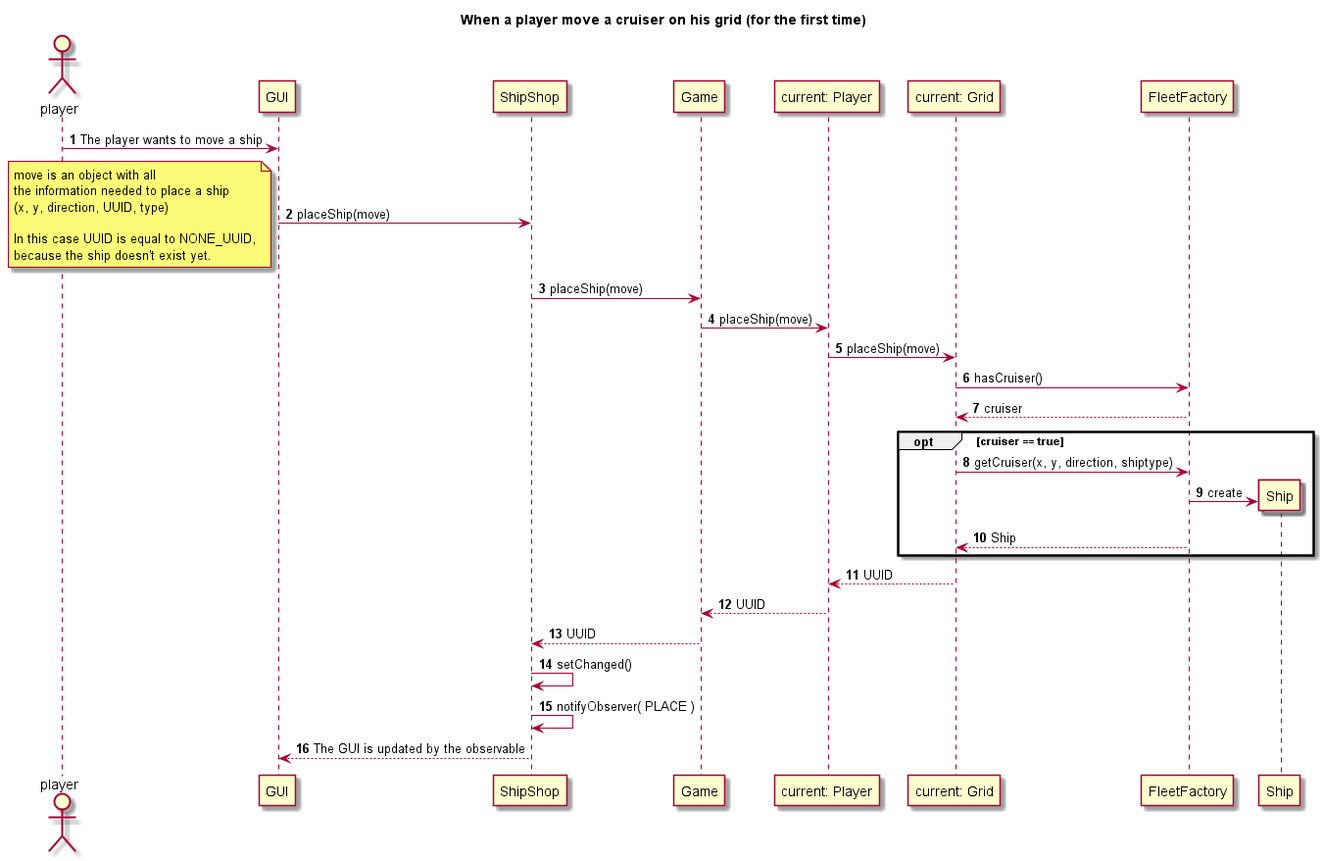
The PlantUML diagram doc/conception/image/sequences/move.png in Reynault/ShipShop, before a commit. The source it was exported from:
```plantuml
@startuml

title When a player move a cruiser on his grid (for the first time)

autonumber
actor player

player -> GUI: The player wants to move a ship

GUI -> ShipShop: placeShip(move)

note left
move is an object with all
the information needed to place a ship
(x, y, direction, UUID, type)

In this case UUID is equal to NONE_UUID,
because the ship doesn't exist yet.
end note

ShipShop -> Game: placeShip(move)

Game -> "current: Player": placeShip(move)

"current: Player" -> "current: Grid": placeShip(move)

"current: Grid" -> FleetFactory: hasCruiser()

FleetFactory --> "current: Grid": cruiser

opt cruiser == true

    "current: Grid" -> FleetFactory: getCruiser(x, y, direction, shiptype)

    create Ship
    FleetFactory -> Ship: create

    FleetFactory --> "current: Grid": Ship


end

"current: Grid" --> "current: Player": UUID

"current: Player" --> Game: UUID

Game --> ShipShop: UUID

ShipShop -> ShipShop: setChanged()

ShipShop -> ShipShop: notifyObserver( PLACE )

ShipShop --> GUI: The GUI is updated by the observable

@enduml
```
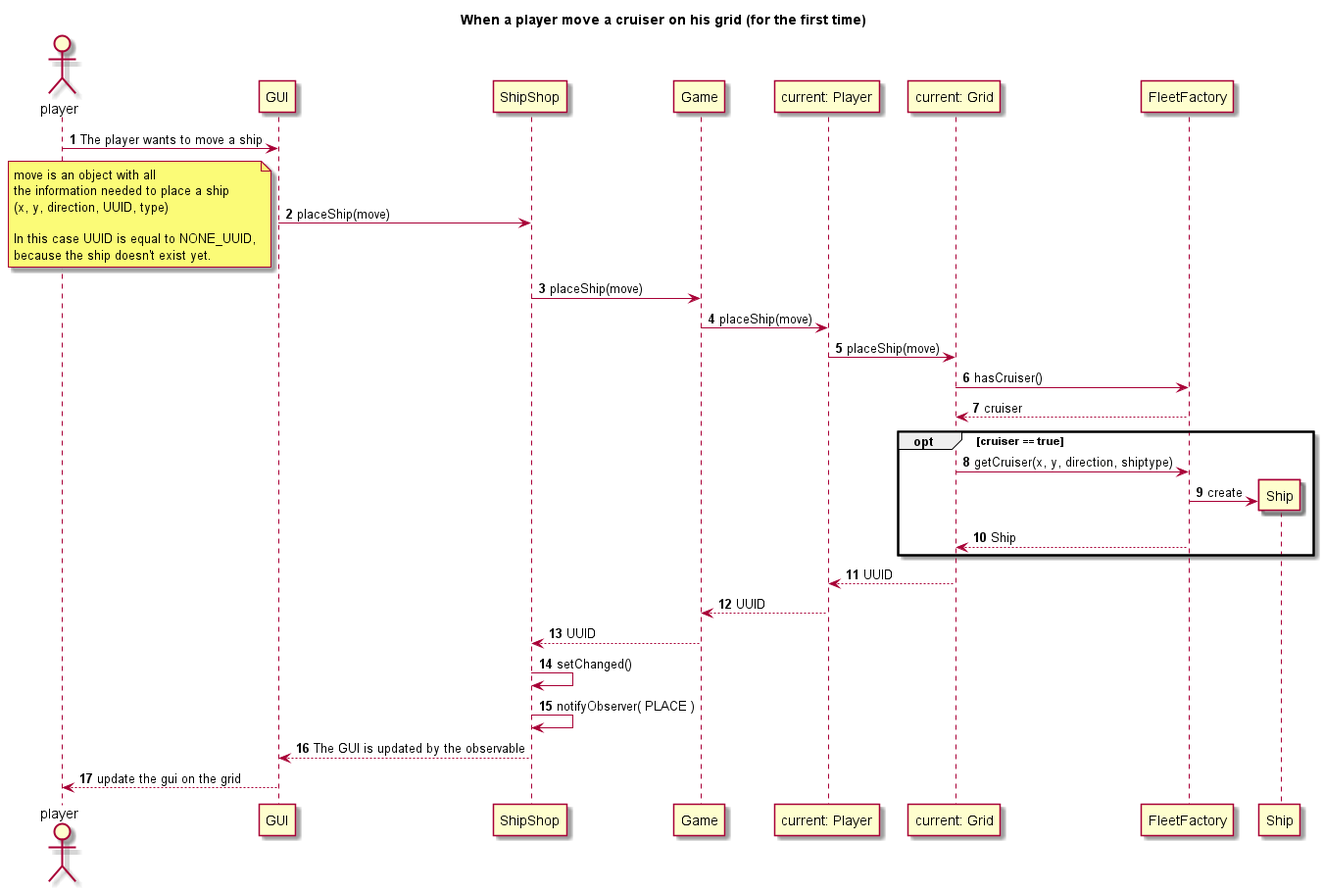
After the change.

Diff of the diagram source:
```diff
@@ -52,4 +52,6 @@
 
 ShipShop --> GUI: The GUI is updated by the observable
 
+GUI --> player: update the gui on the grid
+
 @enduml
```
